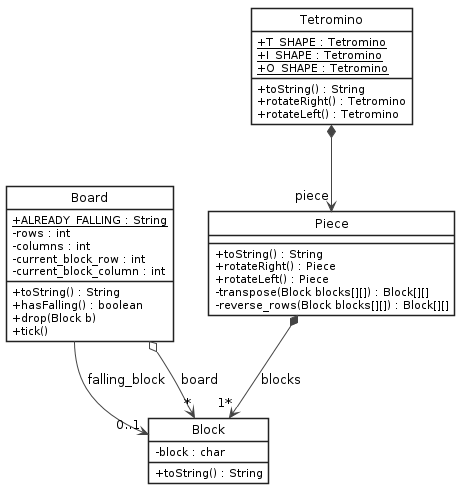
lauramcastro/tdd-tetris-tutorial keeps this PlantUML diagram as doc/class-diagram.png. Above is the earlier version. The source it was exported from:
```plantuml
@startuml


hide footbox


hide circle
skinparam monochrome false
skinparam shadowing false


skinparam class {
	BackgroundColor #FFFFFF
	ArrowColor #444444
	BorderColor #222222
}

skinparam interface {
	BackgroundColor #FFFFFF
	ArrowColor #444444
	BorderColor #222222
}

skinparam component {
	BackgroundColor #FFFFFF
	ArrowColor #444444
	BorderColor #222222
}

skinparam object {
	BackgroundColor #FFFFFF
	ArrowColor #444444
	BorderColor #222222
}

skinparam note {
	BackgroundColor #FFFFFF
	ArrowColor #444444
	BorderColor #222222
}

skinparam classAttributeIconSize 0
skinparam objectAttributeIconSize 0

skinparam sequence {
	ArrowColor #444444
	ActorBorderColor #222222
	LifeLineBorderColor #000000
	LifeLineBackgroundColor #FFFFFF

	ParticipantBorderColor #222222
	ParticipantBackgroundColor #FFFFFF
	ParticipantFontName Impact
	ParticipantFontSize 12
	ParticipantFontColor #000000

	ActorBackgroundColor #FFFFFF
	ActorFontColor #000000
	ActorFontSize 12
	ActorFontName Aapex
}

class Block {
  - block : char
  + toString() : String
}

class Board {
    + {static} ALREADY_FALLING : String
    - rows : int
    - columns : int
    - current_block_row : int
    - current_block_column : int
    + toString() : String
    + hasFalling() : boolean
    + drop(Block b)
    + tick()

}

class Piece {
    + toString() : String
    + rotateRight() : Piece
    + rotateLeft() : Piece
    - transpose(Block blocks[][]) : Block[][]
    - reverse_rows(Block blocks[][]) : Block[][]
}

class Tetromino {
    + {static} T_SHAPE : Tetromino
    + {static} I_SHAPE : Tetromino
    + {static} O_SHAPE : Tetromino
    + toString() : String
    + rotateRight() : Tetromino
    + rotateLeft() : Tetromino
}

Board --> "0..1" Block : falling_block
Board o--> "*" Block : board

Piece *--> "1*" Block : blocks

Tetromino *--> "piece" Piece

@enduml
```
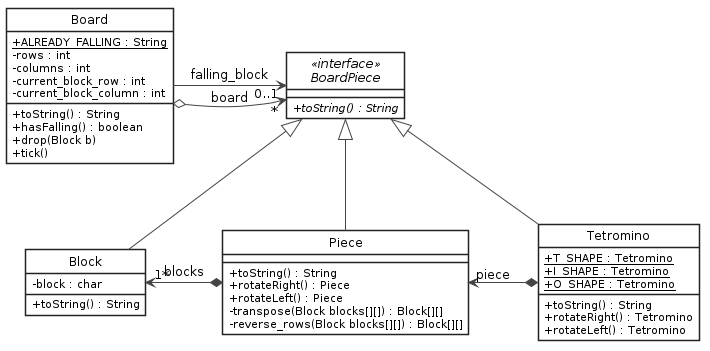
After the change.

Commit message:
Refactored code and added interface BoardPiece in order to proceed with TDD (step 4)

Change to the diagram source:
```diff
@@ -60,6 +60,10 @@
 	ActorFontName Aapex
 }
 
+interface BoardPiece <<interface>>{
+  + {abstract} toString() : String
+}
+
 class Block {
   - block : char
   + toString() : String
@@ -95,11 +99,15 @@
     + rotateLeft() : Tetromino
 }
 
-Board --> "0..1" Block : falling_block
-Board o--> "*" Block : board
+BoardPiece <|-- Block
+BoardPiece <|-- Piece
+BoardPiece <|-- Tetromino
 
-Piece *--> "1*" Block : blocks
+Board -right-> "0..1" BoardPiece : falling_block
+Board o--> "*" BoardPiece : board
 
-Tetromino *--> "piece" Piece
+Piece *-left-> "1*" Block : blocks
+
+Tetromino *-left-> "piece" Piece
 
 @enduml
```
